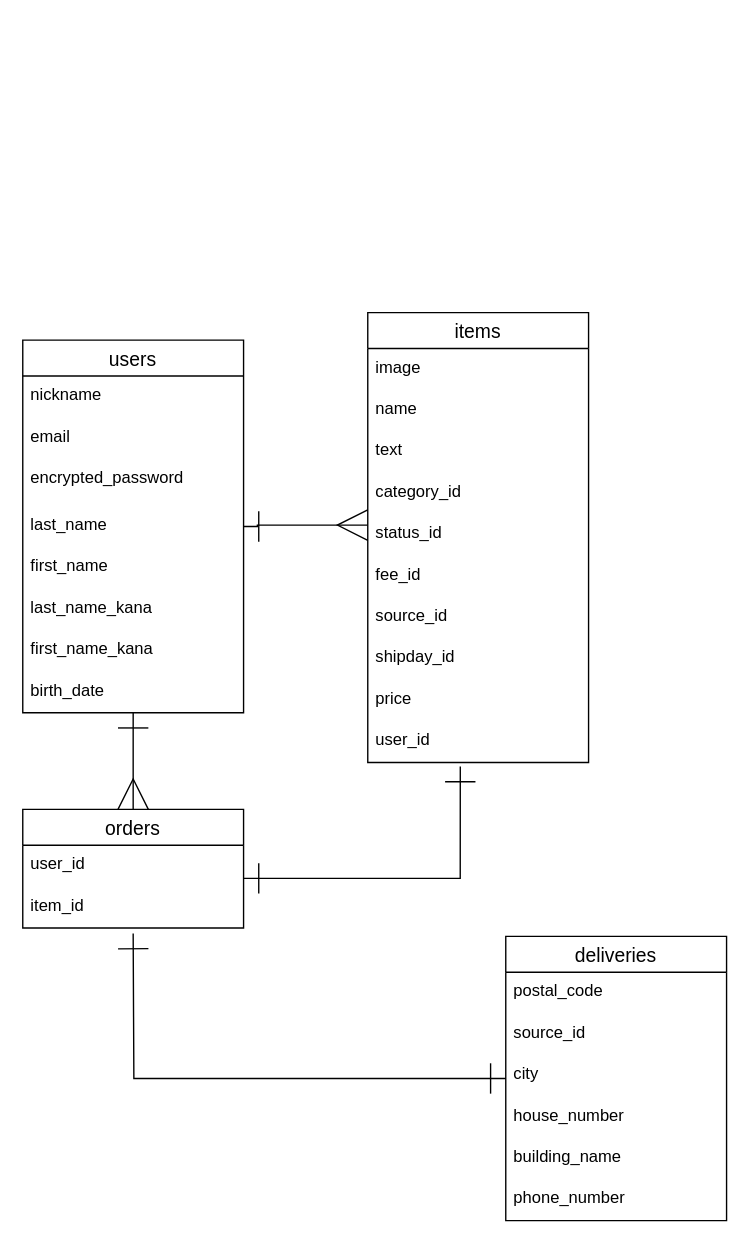
Above: ER.dio in polly0296/furima-36237 (draw.io), before the change. Source tidied: cells renumbered, new cells numbered last; positions are measured from the earlier drawing's top-left corner, leaving out a move shared by most shapes. Both pictures are drawn from the tidied source at 138%, with x=0, y=0 at pixel (22, 312).
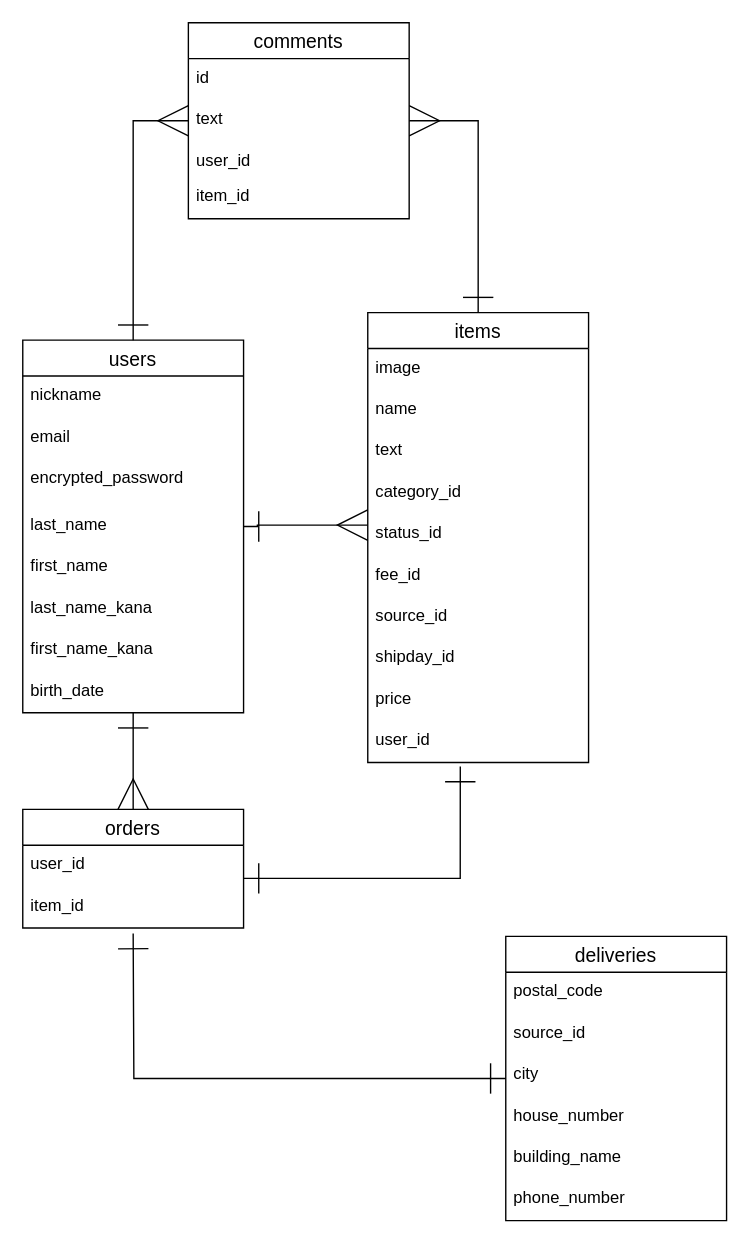
The same page after the edit.

Commit message (it also covers changes not shown here):
テーブル設計

The change refers to these unchanged cells:
```xml
<mxCell id="3" value="users" style="swimlane;fontStyle=0;horizontal=1;startSize=26;align=center;fontSize=14;direction=east;" parent="1" vertex="1">
  <mxGeometry y="20" width="160" height="270" as="geometry" />
</mxCell>
<mxCell id="12" value="items" style="swimlane;fontStyle=0;horizontal=1;startSize=26;align=center;fontSize=14;" parent="1" vertex="1">
  <mxGeometry x="250" width="160" height="326" as="geometry" />
</mxCell>
```

Change to the diagram source:
```diff
@@
+    <mxCell id="36" value="comments" style="swimlane;fontStyle=0;horizontal=1;startSize=26;align=center;fontSize=14;" parent="1" vertex="1">
+      <mxGeometry x="120" y="-210" width="160" height="142" as="geometry" />
+    </mxCell>
+    <mxCell id="37" value="id" style="text;strokeColor=none;fillColor=none;spacingLeft=4;spacingRight=4;overflow=hidden;fontSize=12;" parent="36" vertex="1">
+      <mxGeometry y="26" width="160" height="30" as="geometry" />
+    </mxCell>
+    <mxCell id="38" value="text" style="text;strokeColor=none;fillColor=none;spacingLeft=4;spacingRight=4;overflow=hidden;points=[[0,0.5],[1,0.5]];portConstraint=eastwest;fontSize=12;" parent="36" vertex="1">
+      <mxGeometry y="56" width="160" height="30" as="geometry" />
+    </mxCell>
+    <mxCell id="39" value="user_id" style="text;strokeColor=none;fillColor=none;spacingLeft=4;spacingRight=4;overflow=hidden;fontSize=12;" parent="36" vertex="1">
+      <mxGeometry y="86" width="160" height="26" as="geometry" />
+    </mxCell>
+    <mxCell id="40" value="item_id" style="text;strokeColor=none;fillColor=none;spacingLeft=4;spacingRight=4;overflow=hidden;fontSize=12;" parent="36" vertex="1">
+      <mxGeometry y="112" width="160" height="30" as="geometry" />
+    </mxCell>
+    <mxCell id="41" style="edgeStyle=orthogonalEdgeStyle;rounded=0;jettySize=auto;html=1;entryX=0.5;entryY=0;entryDx=0;entryDy=0;startArrow=ERmany;startFill=0;endArrow=ERone;endFill=0;startSize=20;endSize=20;" parent="1" edge="1" source="38" target="12">
+      <mxGeometry relative="1" as="geometry" />
+    </mxCell>
+    <mxCell id="42" style="edgeStyle=orthogonalEdgeStyle;rounded=0;jettySize=auto;html=1;entryX=0.5;entryY=0;entryDx=0;entryDy=0;startArrow=ERmany;startFill=0;endArrow=ERone;endFill=0;startSize=20;endSize=20;" parent="1" edge="1" source="38" target="3">
+      <mxGeometry relative="1" as="geometry" />
+    </mxCell>
```
